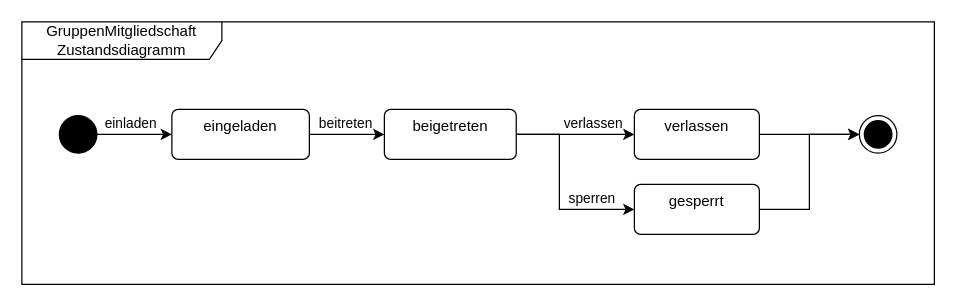
Earlier version of the draw.io diagram Datenmodelle/Evently_GruppenMitgliedschaft_Zustandsdiagramm.drawio (Malte-W-Schule/Software-Technick-2026-Sem03). Source tidied: cells renumbered, new cells numbered last; positions are measured from the earlier drawing's top-left corner, leaving out a move shared by most shapes. Both pictures are drawn from the tidied source at 125%, with x=0, y=0 at pixel (21, 21).
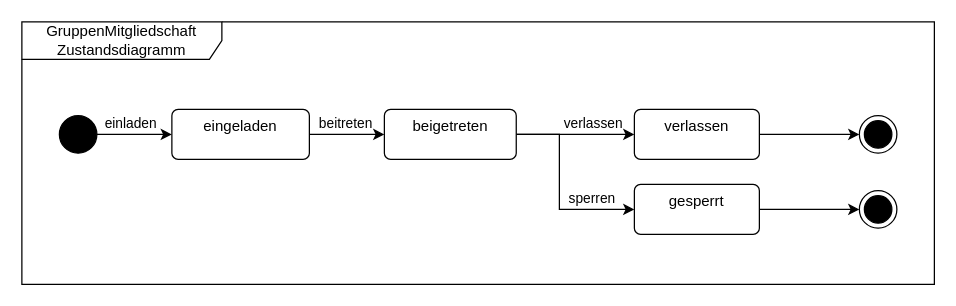
The same diagram, later.

The change refers to these unchanged cells:
```xml
<mxCell id="2" value="GruppenMitgliedschaft Zustandsdiagramm" style="shape=umlFrame;whiteSpace=wrap;html=1;width=160;" parent="1" vertex="1">
  <mxGeometry width="730" height="210" as="geometry" />
</mxCell>
<mxCell id="17" value="gesperrt" style="html=1;align=center;verticalAlign=top;rounded=1;absoluteArcSize=1;arcSize=10;dashed=0;whiteSpace=wrap;" parent="2" vertex="1">
  <mxGeometry x="490" y="130" width="100" height="40" as="geometry" />
</mxCell>
<mxCell id="18" style="ellipse;html=1;shape=endState;fillColor=strokeColor;" parent="2" vertex="1">
  <mxGeometry x="670" y="75" width="30" height="30" as="geometry" />
</mxCell>
```

What changed in the source:
```diff
@@
-    <mxCell id="16" style="edgeStyle=orthogonalEdgeStyle;rounded=0;jettySize=auto;html=1;entryX=0;entryY=0.5;entryDx=0;entryDy=0;" parent="2" edge="1" source="17" target="18">
-      <mxGeometry relative="1" as="geometry" />
-    </mxCell>
+    <mxCell id="19" style="edgeStyle=orthogonalEdgeStyle;rounded=0;jettySize=auto;html=1;entryX=0;entryY=0.5;entryDx=0;entryDy=0;" parent="2" edge="1" source="17" target="20">
+      <mxGeometry relative="1" as="geometry" />
+    </mxCell>
@@
+    <mxCell id="20" style="ellipse;html=1;shape=endState;fillColor=strokeColor;" parent="2" vertex="1">
+      <mxGeometry x="670" y="135" width="30" height="30" as="geometry" />
+    </mxCell>
```
